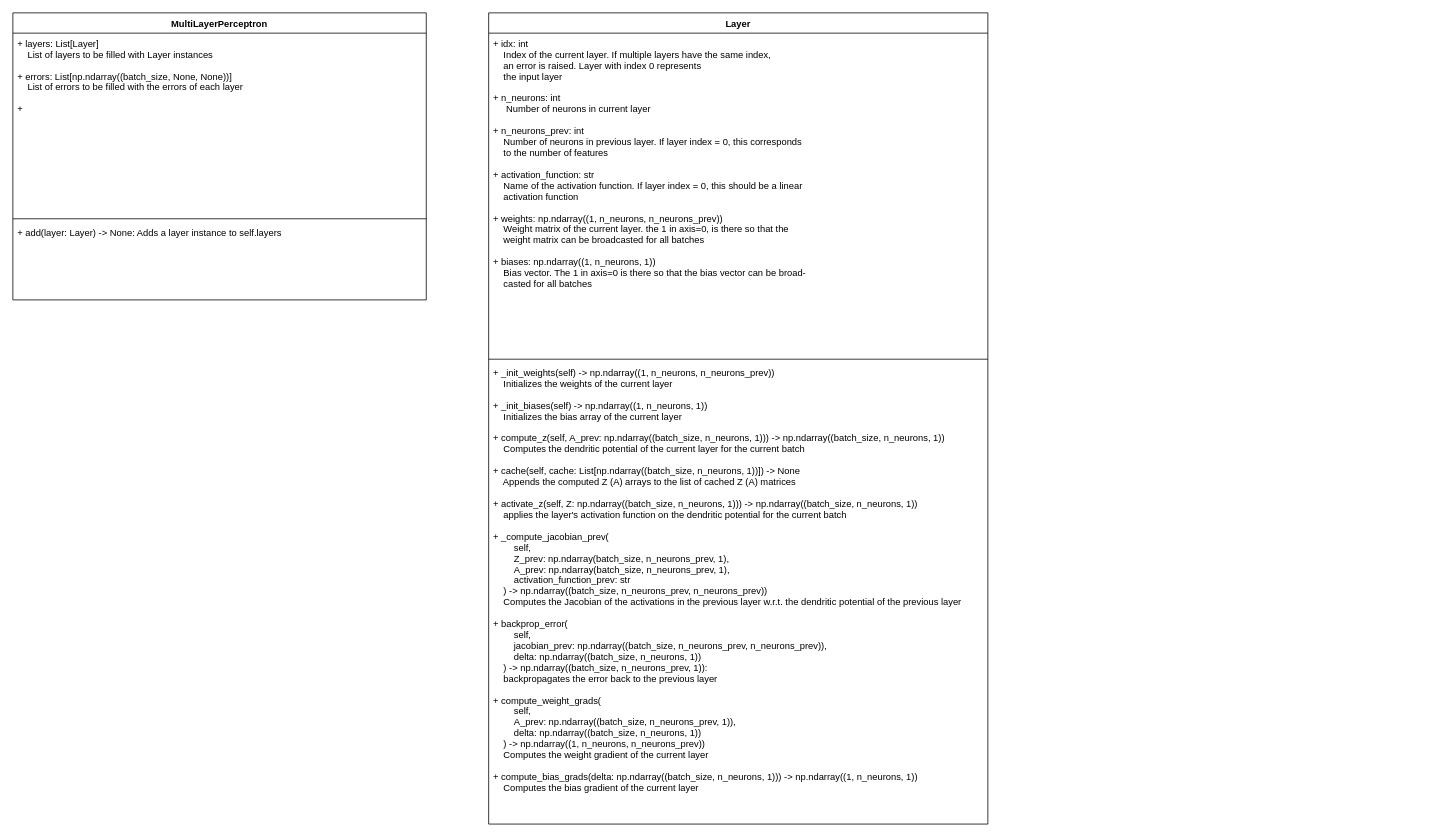
The draw.io diagram page "classes" (2 of 2) of theory/implementation.drawio in kevinsuedmersen/neural_networks_from_scratch, before the edit. Source tidied: cells renumbered, new cells numbered last; positions are measured from the earlier drawing's top-left corner, leaving out a move shared by most shapes. Both pictures are drawn from the tidied source at 78%, with x=0, y=0 at pixel (12, 12).
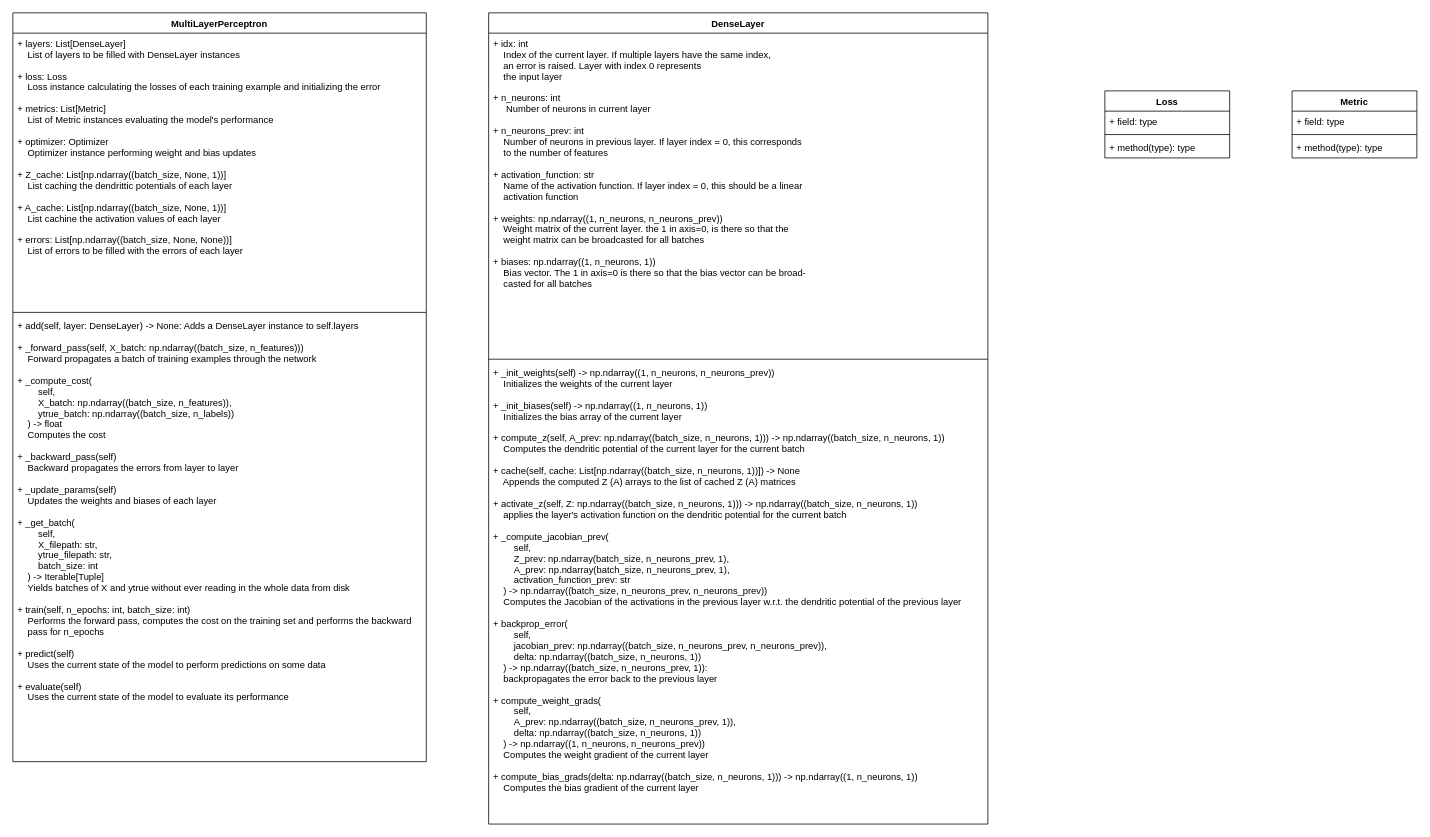
The same diagram, later.

Commit message:
added MultiLayerPerceptron class diagram

Diff of the diagram source:
```diff
@@
 <mxGraphModel>
   <root>
     <mxCell id="0" />
     <mxCell id="1" parent="0" />
-    <mxCell id="2" value="Layer" style="swimlane;fontStyle=1;align=center;verticalAlign=top;horizontal=1;startSize=26;" parent="1" vertex="1">
+    <mxCell id="2" value="DenseLayer" style="swimlane;fontStyle=1;align=center;verticalAlign=top;horizontal=1;startSize=26;" parent="1" vertex="1">
       <mxGeometry x="610" width="640" height="1040" as="geometry" />
     </mxCell>
     <mxCell id="3" value="+ idx: int&#10;    Index of the current layer. If multiple layers have the same index,&#10;    an error is raised. Layer with index 0 represents&#10;    the input layer&#10;&#10;+ n_neurons: int &#10;     Number of neurons in current layer&#10;&#10;+ n_neurons_prev: int  &#10;    Number of neurons in previous layer. If layer index = 0, this corresponds&#10;    to the number of features&#10;&#10;+ activation_function: str  &#10;    Name of the activation function. If layer index = 0, this should be a linear&#10;    activation function&#10;&#10;+ weights: np.ndarray((1, n_neurons, n_neurons_prev)) &#10;    Weight matrix of the current layer. the 1 in axis=0, is there so that the &#10;    weight matrix can be broadcasted for all batches&#10;&#10;+ biases: np.ndarray((1, n_neurons, 1))  &#10;    Bias vector. The 1 in axis=0 is there so that the bias vector can be broad-&#10;    casted for all batches" style="text;strokeColor=none;fillColor=none;align=left;verticalAlign=top;spacingLeft=4;spacingRight=4;overflow=hidden;" parent="2" vertex="1">
       <mxGeometry y="26" width="640" height="414" as="geometry" />
     </mxCell>
     <mxCell id="4" style="line;strokeWidth=1;fillColor=none;align=left;verticalAlign=middle;spacingTop=-1;spacingLeft=3;spacingRight=3;labelPosition=right;" parent="2" vertex="1">
       <mxGeometry y="440" width="640" height="8" as="geometry" />
     </mxCell>
     <mxCell id="5" value="+ _init_weights(self) -&gt; np.ndarray((1, n_neurons, n_neurons_prev))&#10;    Initializes the weights of the current layer&#10;&#10;+ _init_biases(self) -&gt; np.ndarray((1, n_neurons, 1))&#10;    Initializes the bias array of the current layer&#10;&#10;+ compute_z(self, A_prev: np.ndarray((batch_size, n_neurons, 1))) -&gt; np.ndarray((batch_size, n_neurons, 1))  &#10;    Computes the dendritic potential of the current layer for the current batch&#10;&#10;+ cache(self, cache: List[np.ndarray((batch_size, n_neurons, 1))]) -&gt; None&#10;    Appends the computed Z (A) arrays to the list of cached Z (A) matrices&#10;&#10;+ activate_z(self, Z: np.ndarray((batch_size, n_neurons, 1))) -&gt; np.ndarray((batch_size, n_neurons, 1))&#10;    applies the layer's activation function on the dendritic potential for the current batch&#10;&#10;+ _compute_jacobian_prev(&#10;        self, &#10;        Z_prev: np.ndarray(batch_size, n_neurons_prev, 1), &#10;        A_prev: np.ndarray(batch_size, n_neurons_prev, 1), &#10;        activation_function_prev: str&#10;    ) -&gt; np.ndarray((batch_size, n_neurons_prev, n_neurons_prev))&#10;    Computes the Jacobian of the activations in the previous layer w.r.t. the dendritic potential of the previous layer&#10;&#10;+ backprop_error(&#10;        self, &#10;        jacobian_prev: np.ndarray((batch_size, n_neurons_prev, n_neurons_prev)), &#10;        delta: np.ndarray((batch_size, n_neurons, 1))&#10;    ) -&gt; np.ndarray((batch_size, n_neurons_prev, 1)):&#10;    backpropagates the error back to the previous layer&#10;&#10;+ compute_weight_grads(&#10;        self, &#10;        A_prev: np.ndarray((batch_size, n_neurons_prev, 1)), &#10;        delta: np.ndarray((batch_size, n_neurons, 1))&#10;    ) -&gt; np.ndarray((1, n_neurons, n_neurons_prev))&#10;    Computes the weight gradient of the current layer&#10;&#10;+ compute_bias_grads(delta: np.ndarray((batch_size, n_neurons, 1))) -&gt; np.ndarray((1, n_neurons, 1))&#10;    Computes the bias gradient of the current layer" style="text;strokeColor=none;fillColor=none;align=left;verticalAlign=top;spacingLeft=4;spacingRight=4;overflow=hidden;" parent="2" vertex="1">
       <mxGeometry y="448" width="640" height="592" as="geometry" />
     </mxCell>
     <mxCell id="6" value="MultiLayerPerceptron" style="swimlane;fontStyle=1;align=center;verticalAlign=top;horizontal=1;startSize=26;" parent="1" vertex="1">
-      <mxGeometry width="530" height="368" as="geometry" />
+      <mxGeometry width="530" height="960" as="geometry" />
     </mxCell>
-    <mxCell id="7" value="+ layers: List[Layer]&#10;    List of layers to be filled with Layer instances&#10;&#10;+ errors: List[np.ndarray((batch_size, None, None))]&#10;    List of errors to be filled with the errors of each layer&#10;&#10;+ " style="text;strokeColor=none;fillColor=none;align=left;verticalAlign=top;spacingLeft=4;spacingRight=4;overflow=hidden;" parent="6" vertex="1">
-      <mxGeometry y="26" width="530" height="234" as="geometry" />
+    <mxCell id="7" value="+ layers: List[DenseLayer]&#10;    List of layers to be filled with DenseLayer instances&#10;&#10;+ loss: Loss&#10;    Loss instance calculating the losses of each training example and initializing the error&#10;&#10;+ metrics: List[Metric]&#10;    List of Metric instances evaluating the model's performance&#10;&#10;+ optimizer: Optimizer&#10;    Optimizer instance performing weight and bias updates&#10;&#10;+ Z_cache: List[np.ndarray((batch_size, None, 1))]&#10;    List caching the dendrittic potentials of each layer&#10;&#10;+ A_cache: List[np.ndarray((batch_size, None, 1))]&#10;    List cachine the activation values of each layer&#10;&#10;+ errors: List[np.ndarray((batch_size, None, None))]&#10;    List of errors to be filled with the errors of each layer" style="text;strokeColor=none;fillColor=none;align=left;verticalAlign=top;spacingLeft=4;spacingRight=4;overflow=hidden;" parent="6" vertex="1">
+      <mxGeometry y="26" width="530" height="354" as="geometry" />
     </mxCell>
     <mxCell id="8" style="line;strokeWidth=1;fillColor=none;align=left;verticalAlign=middle;spacingTop=-1;spacingLeft=3;spacingRight=3;labelPosition=right;" parent="6" vertex="1">
-      <mxGeometry y="260" width="530" height="8" as="geometry" />
+      <mxGeometry y="380" width="530" height="8" as="geometry" />
     </mxCell>
-    <mxCell id="9" value="+ add(layer: Layer) -&gt; None: Adds a layer instance to self.layers" style="text;strokeColor=none;fillColor=none;align=left;verticalAlign=top;spacingLeft=4;spacingRight=4;overflow=hidden;" parent="6" vertex="1">
-      <mxGeometry y="268" width="530" height="100" as="geometry" />
+    <mxCell id="9" value="+ add(self, layer: DenseLayer) -&gt; None: Adds a DenseLayer instance to self.layers&#10;&#10;+ _forward_pass(self, X_batch: np.ndarray((batch_size, n_features)))&#10;    Forward propagates a batch of training examples through the network&#10;&#10;+ _compute_cost(&#10;        self,&#10;        X_batch: np.ndarray((batch_size, n_features)), &#10;        ytrue_batch: np.ndarray((batch_size, n_labels))&#10;    ) -&gt; float&#10;    Computes the cost&#10;&#10;+ _backward_pass(self)&#10;    Backward propagates the errors from layer to layer&#10;&#10;+ _update_params(self)&#10;    Updates the weights and biases of each layer&#10;&#10;+ _get_batch(&#10;        self, &#10;        X_filepath: str, &#10;        ytrue_filepath: str, &#10;        batch_size: int&#10;    ) -&gt; Iterable[Tuple]&#10;    Yields batches of X and ytrue without ever reading in the whole data from disk&#10;&#10;+ train(self, n_epochs: int, batch_size: int)&#10;    Performs the forward pass, computes the cost on the training set and performs the backward&#10;    pass for n_epochs&#10;&#10;+ predict(self)&#10;    Uses the current state of the model to perform predictions on some data&#10;&#10;+ evaluate(self)&#10;    Uses the current state of the model to evaluate its performance" style="text;strokeColor=none;fillColor=none;align=left;verticalAlign=top;spacingLeft=4;spacingRight=4;overflow=hidden;" parent="6" vertex="1">
+      <mxGeometry y="388" width="530" height="572" as="geometry" />
     </mxCell>
+    <mxCell id="10" value="Loss" style="swimlane;fontStyle=1;align=center;verticalAlign=top;horizontal=1;startSize=26;" parent="1" vertex="1">
+      <mxGeometry x="1400" y="100" width="160" height="86" as="geometry" />
+    </mxCell>
+    <mxCell id="11" value="+ field: type" style="text;strokeColor=none;fillColor=none;align=left;verticalAlign=top;spacingLeft=4;spacingRight=4;overflow=hidden;" parent="10" vertex="1">
+      <mxGeometry y="26" width="160" height="26" as="geometry" />
+    </mxCell>
+    <mxCell id="12" style="line;strokeWidth=1;fillColor=none;align=left;verticalAlign=middle;spacingTop=-1;spacingLeft=3;spacingRight=3;labelPosition=right;" parent="10" vertex="1">
+      <mxGeometry y="52" width="160" height="8" as="geometry" />
+    </mxCell>
+    <mxCell id="13" value="+ method(type): type" style="text;strokeColor=none;fillColor=none;align=left;verticalAlign=top;spacingLeft=4;spacingRight=4;overflow=hidden;" parent="10" vertex="1">
+      <mxGeometry y="60" width="160" height="26" as="geometry" />
+    </mxCell>
+    <mxCell id="14" value="Metric" style="swimlane;fontStyle=1;align=center;verticalAlign=top;horizontal=1;startSize=26;" parent="1" vertex="1">
+      <mxGeometry x="1640" y="100" width="160" height="86" as="geometry" />
+    </mxCell>
+    <mxCell id="15" value="+ field: type" style="text;strokeColor=none;fillColor=none;align=left;verticalAlign=top;spacingLeft=4;spacingRight=4;overflow=hidden;" parent="14" vertex="1">
+      <mxGeometry y="26" width="160" height="26" as="geometry" />
+    </mxCell>
+    <mxCell id="16" style="line;strokeWidth=1;fillColor=none;align=left;verticalAlign=middle;spacingTop=-1;spacingLeft=3;spacingRight=3;labelPosition=right;" parent="14" vertex="1">
+      <mxGeometry y="52" width="160" height="8" as="geometry" />
+    </mxCell>
+    <mxCell id="17" value="+ method(type): type" style="text;strokeColor=none;fillColor=none;align=left;verticalAlign=top;spacingLeft=4;spacingRight=4;overflow=hidden;" parent="14" vertex="1">
+      <mxGeometry y="60" width="160" height="26" as="geometry" />
+    </mxCell>
   </root>
 </mxGraphModel>
```
